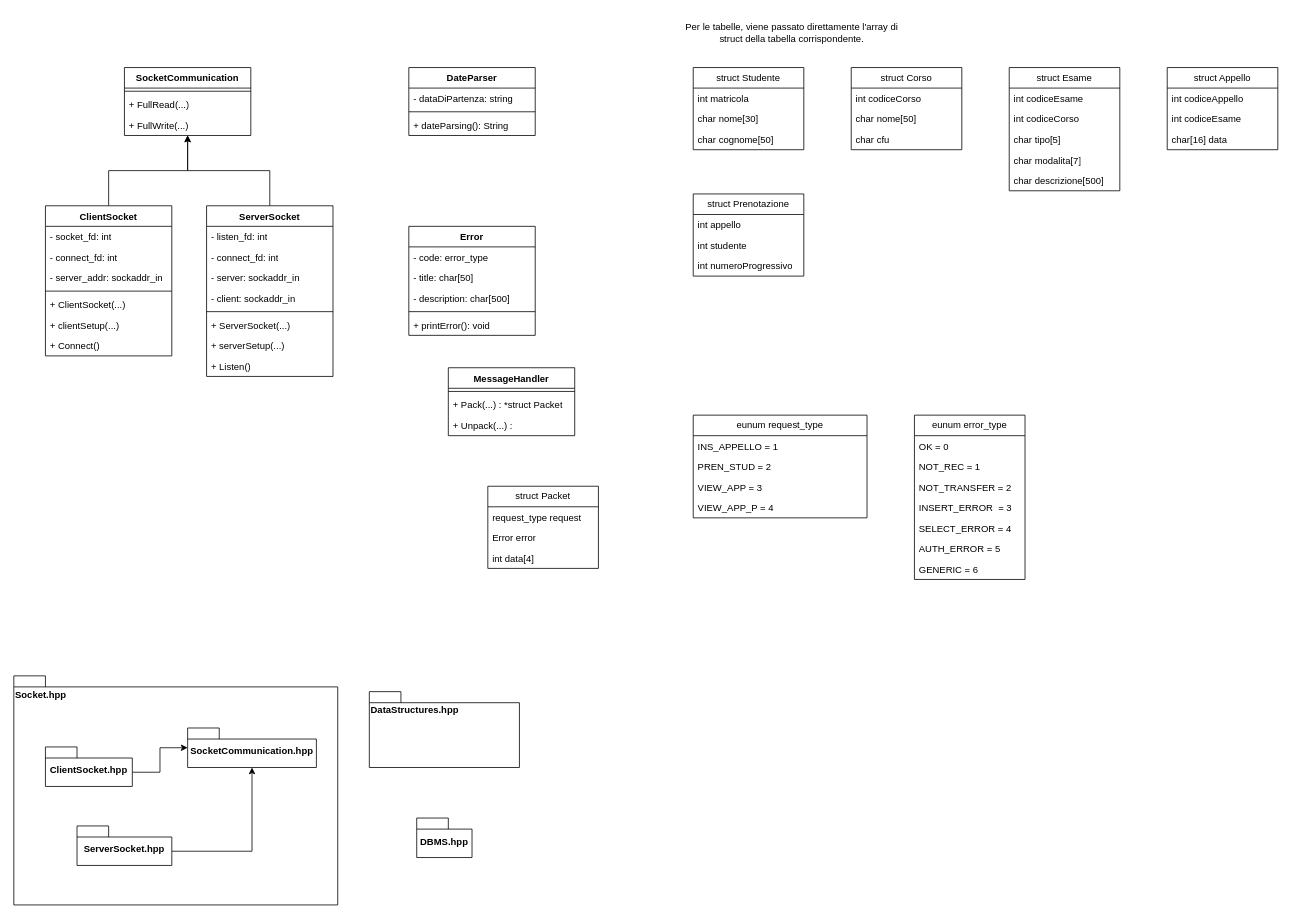
Earlier version of the draw.io diagram documentazione/Classi_Librerie.drawio (NicolaPonticelli001/reti_di_calcolatori_gestionale_uni). Source tidied: cells renumbered, new cells numbered last; positions are measured from the earlier drawing's top-left corner, leaving out a move shared by most shapes. Both pictures are drawn from the tidied source at 79%, with x=0, y=0 at pixel (13, 13).
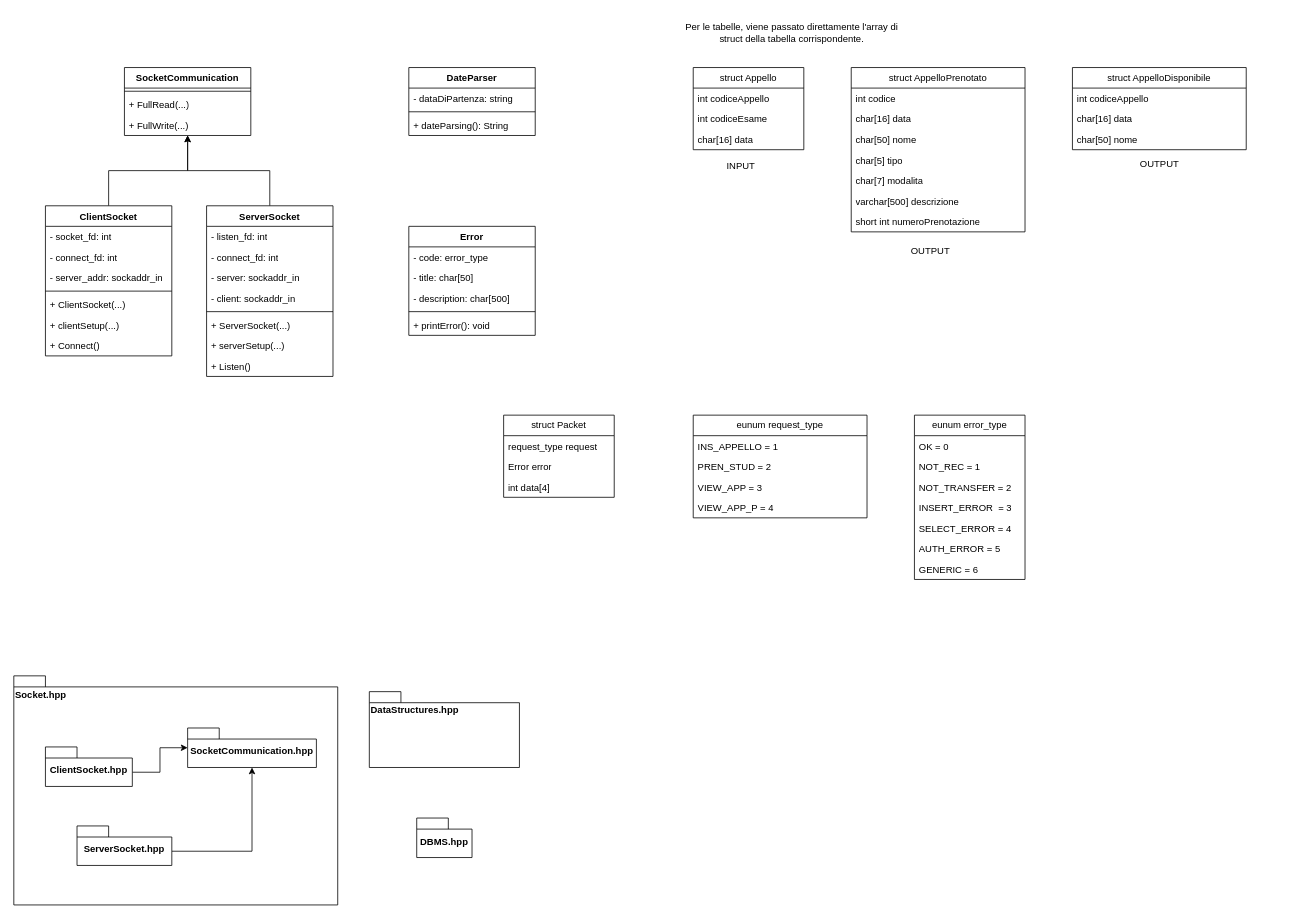
The same diagram, later.

Commit message:
Aggiornamenti minori

The edit, as a diff of the source:
```diff
@@
     <mxCell id="46" value="struct Packet" style="swimlane;fontStyle=0;horizontal=1;startSize=26;fillColor=none;whiteSpace=wrap;html=1;" parent="1" vertex="1">
-      <mxGeometry x="600" y="598" width="140" height="104" as="geometry" />
+      <mxGeometry x="620" y="508" width="140" height="104" as="geometry" />
     </mxCell>
@@
-    <mxCell id="57" value="struct Studente" style="swimlane;fontStyle=0;horizontal=1;startSize=26;fillColor=none;whiteSpace=wrap;html=1;" parent="1" vertex="1">
-      <mxGeometry x="860" y="68" width="140" height="104" as="geometry" />
-    </mxCell>
-    <mxCell id="58" value="int matricola" style="text;strokeColor=none;fillColor=none;align=left;verticalAlign=top;spacingLeft=4;spacingRight=4;overflow=hidden;whiteSpace=wrap;html=1;" parent="57" vertex="1">
-      <mxGeometry y="26" width="140" height="26" as="geometry" />
-    </mxCell>
-    <mxCell id="59" value="char nome[30]" style="text;strokeColor=none;fillColor=none;align=left;verticalAlign=top;spacingLeft=4;spacingRight=4;overflow=hidden;whiteSpace=wrap;html=1;" parent="57" vertex="1">
-      <mxGeometry y="52" width="140" height="26" as="geometry" />
-    </mxCell>
-    <mxCell id="60" value="char cognome[50]" style="text;strokeColor=none;fillColor=none;align=left;verticalAlign=top;spacingLeft=4;spacingRight=4;overflow=hidden;whiteSpace=wrap;html=1;" parent="57" vertex="1">
-      <mxGeometry y="78" width="140" height="26" as="geometry" />
-    </mxCell>
-    <mxCell id="61" value="struct Corso" style="swimlane;fontStyle=0;horizontal=1;startSize=26;fillColor=none;whiteSpace=wrap;html=1;" parent="1" vertex="1">
-      <mxGeometry x="1060" y="68" width="140" height="104" as="geometry" />
-    </mxCell>
-    <mxCell id="62" value="int codiceCorso" style="text;strokeColor=none;fillColor=none;align=left;verticalAlign=top;spacingLeft=4;spacingRight=4;overflow=hidden;whiteSpace=wrap;html=1;" parent="61" vertex="1">
-      <mxGeometry y="26" width="140" height="26" as="geometry" />
-    </mxCell>
-    <mxCell id="63" value="char nome[50]" style="text;strokeColor=none;fillColor=none;align=left;verticalAlign=top;spacingLeft=4;spacingRight=4;overflow=hidden;whiteSpace=wrap;html=1;" parent="61" vertex="1">
-      <mxGeometry y="52" width="140" height="26" as="geometry" />
-    </mxCell>
-    <mxCell id="64" value="char cfu" style="text;strokeColor=none;fillColor=none;align=left;verticalAlign=top;spacingLeft=4;spacingRight=4;overflow=hidden;whiteSpace=wrap;html=1;" parent="61" vertex="1">
-      <mxGeometry y="78" width="140" height="26" as="geometry" />
-    </mxCell>
-    <mxCell id="65" value="struct Esame" style="swimlane;fontStyle=0;horizontal=1;startSize=26;fillColor=none;whiteSpace=wrap;html=1;" parent="1" vertex="1">
-      <mxGeometry x="1260" y="68" width="140" height="156" as="geometry" />
-    </mxCell>
-    <mxCell id="66" value="int codiceEsame" style="text;strokeColor=none;fillColor=none;align=left;verticalAlign=top;spacingLeft=4;spacingRight=4;overflow=hidden;whiteSpace=wrap;html=1;" parent="65" vertex="1">
-      <mxGeometry y="26" width="140" height="26" as="geometry" />
-    </mxCell>
-    <mxCell id="67" value="int codiceCorso" style="text;strokeColor=none;fillColor=none;align=left;verticalAlign=top;spacingLeft=4;spacingRight=4;overflow=hidden;whiteSpace=wrap;html=1;" parent="65" vertex="1">
-      <mxGeometry y="52" width="140" height="26" as="geometry" />
-    </mxCell>
-    <mxCell id="68" value="char tipo[5]" style="text;strokeColor=none;fillColor=none;align=left;verticalAlign=top;spacingLeft=4;spacingRight=4;overflow=hidden;whiteSpace=wrap;html=1;" parent="65" vertex="1">
-      <mxGeometry y="78" width="140" height="26" as="geometry" />
-    </mxCell>
-    <mxCell id="69" value="char modalita[7]" style="text;strokeColor=none;fillColor=none;align=left;verticalAlign=top;spacingLeft=4;spacingRight=4;overflow=hidden;whiteSpace=wrap;html=1;" parent="65" vertex="1">
-      <mxGeometry y="104" width="140" height="26" as="geometry" />
-    </mxCell>
-    <mxCell id="70" value="char descrizione[500]" style="text;strokeColor=none;fillColor=none;align=left;verticalAlign=top;spacingLeft=4;spacingRight=4;overflow=hidden;whiteSpace=wrap;html=1;" parent="65" vertex="1">
-      <mxGeometry y="130" width="140" height="26" as="geometry" />
-    </mxCell>
     <mxCell id="71" value="struct Appello" style="swimlane;fontStyle=0;horizontal=1;startSize=26;fillColor=none;whiteSpace=wrap;html=1;" parent="1" vertex="1">
-      <mxGeometry x="1460" y="68" width="140" height="104" as="geometry" />
+      <mxGeometry x="860" y="68" width="140" height="104" as="geometry" />
     </mxCell>
@@
-    <mxCell id="75" value="struct Prenotazione" style="swimlane;fontStyle=0;horizontal=1;startSize=26;fillColor=none;whiteSpace=wrap;html=1;" parent="1" vertex="1">
-      <mxGeometry x="860" y="228" width="140" height="104" as="geometry" />
-    </mxCell>
-    <mxCell id="76" value="int appello" style="text;strokeColor=none;fillColor=none;align=left;verticalAlign=top;spacingLeft=4;spacingRight=4;overflow=hidden;whiteSpace=wrap;html=1;" parent="75" vertex="1">
-      <mxGeometry y="26" width="140" height="26" as="geometry" />
-    </mxCell>
-    <mxCell id="77" value="int studente" style="text;strokeColor=none;fillColor=none;align=left;verticalAlign=top;spacingLeft=4;spacingRight=4;overflow=hidden;whiteSpace=wrap;html=1;" parent="75" vertex="1">
-      <mxGeometry y="52" width="140" height="26" as="geometry" />
-    </mxCell>
-    <mxCell id="78" value="int numeroProgressivo" style="text;strokeColor=none;fillColor=none;align=left;verticalAlign=top;spacingLeft=4;spacingRight=4;overflow=hidden;whiteSpace=wrap;html=1;" parent="75" vertex="1">
-      <mxGeometry y="78" width="140" height="26" as="geometry" />
-    </mxCell>
@@
-    <mxCell id="83" value="MessageHandler" style="swimlane;fontStyle=1;align=center;verticalAlign=top;horizontal=1;startSize=26;whiteSpace=wrap;html=1;" parent="1" vertex="1">
-      <mxGeometry x="550" y="448" width="160" height="86" as="geometry" />
-    </mxCell>
-    <mxCell id="84" style="line;strokeWidth=1;fillColor=none;align=left;verticalAlign=middle;spacingTop=-1;spacingLeft=3;spacingRight=3;labelPosition=right;strokeColor=inherit;" parent="83" vertex="1">
-      <mxGeometry y="26" width="160" height="8" as="geometry" />
-    </mxCell>
-    <mxCell id="85" value="+ Pack(...) : *struct Packet" style="text;strokeColor=none;fillColor=none;align=left;verticalAlign=top;spacingLeft=4;spacingRight=4;overflow=hidden;whiteSpace=wrap;html=1;" parent="83" vertex="1">
-      <mxGeometry y="34" width="160" height="26" as="geometry" />
-    </mxCell>
-    <mxCell id="86" value="+ Unpack(...) :" style="text;strokeColor=none;fillColor=none;align=left;verticalAlign=top;spacingLeft=4;spacingRight=4;overflow=hidden;whiteSpace=wrap;html=1;" parent="83" vertex="1">
-      <mxGeometry y="60" width="160" height="26" as="geometry" />
-    </mxCell>
+    <mxCell id="87" value="struct AppelloPrenotato" style="swimlane;fontStyle=0;horizontal=1;startSize=26;fillColor=none;whiteSpace=wrap;html=1;" parent="1" vertex="1">
+      <mxGeometry x="1060" y="68" width="220" height="208" as="geometry" />
+    </mxCell>
+    <mxCell id="88" value="int codice" style="text;strokeColor=none;fillColor=none;align=left;verticalAlign=top;spacingLeft=4;spacingRight=4;overflow=hidden;whiteSpace=wrap;html=1;" parent="87" vertex="1">
+      <mxGeometry y="26" width="220" height="26" as="geometry" />
+    </mxCell>
+    <mxCell id="89" value="char[16] data" style="text;strokeColor=none;fillColor=none;align=left;verticalAlign=top;spacingLeft=4;spacingRight=4;overflow=hidden;whiteSpace=wrap;html=1;" parent="87" vertex="1">
+      <mxGeometry y="52" width="220" height="26" as="geometry" />
+    </mxCell>
+    <mxCell id="90" value="char[50] nome" style="text;strokeColor=none;fillColor=none;align=left;verticalAlign=top;spacingLeft=4;spacingRight=4;overflow=hidden;whiteSpace=wrap;html=1;" parent="87" vertex="1">
+      <mxGeometry y="78" width="220" height="26" as="geometry" />
+    </mxCell>
+    <mxCell id="91" value="char[5] tipo" style="text;strokeColor=none;fillColor=none;align=left;verticalAlign=top;spacingLeft=4;spacingRight=4;overflow=hidden;whiteSpace=wrap;html=1;" parent="87" vertex="1">
+      <mxGeometry y="104" width="220" height="26" as="geometry" />
+    </mxCell>
+    <mxCell id="92" value="char[7] modalita" style="text;strokeColor=none;fillColor=none;align=left;verticalAlign=top;spacingLeft=4;spacingRight=4;overflow=hidden;whiteSpace=wrap;html=1;" parent="87" vertex="1">
+      <mxGeometry y="130" width="220" height="26" as="geometry" />
+    </mxCell>
+    <mxCell id="93" value="varchar[500] descrizione" style="text;strokeColor=none;fillColor=none;align=left;verticalAlign=top;spacingLeft=4;spacingRight=4;overflow=hidden;whiteSpace=wrap;html=1;" parent="87" vertex="1">
+      <mxGeometry y="156" width="220" height="26" as="geometry" />
+    </mxCell>
+    <mxCell id="94" value="short int numeroPrenotazione" style="text;strokeColor=none;fillColor=none;align=left;verticalAlign=top;spacingLeft=4;spacingRight=4;overflow=hidden;whiteSpace=wrap;html=1;" parent="87" vertex="1">
+      <mxGeometry y="182" width="220" height="26" as="geometry" />
+    </mxCell>
+    <mxCell id="95" value="struct AppelloDisponibile" style="swimlane;fontStyle=0;horizontal=1;startSize=26;fillColor=none;whiteSpace=wrap;html=1;" parent="1" vertex="1">
+      <mxGeometry x="1340" y="68" width="220" height="104" as="geometry" />
+    </mxCell>
+    <mxCell id="96" value="int codiceAppello" style="text;strokeColor=none;fillColor=none;align=left;verticalAlign=top;spacingLeft=4;spacingRight=4;overflow=hidden;whiteSpace=wrap;html=1;" parent="95" vertex="1">
+      <mxGeometry y="26" width="220" height="26" as="geometry" />
+    </mxCell>
+    <mxCell id="97" value="char[16] data" style="text;strokeColor=none;fillColor=none;align=left;verticalAlign=top;spacingLeft=4;spacingRight=4;overflow=hidden;whiteSpace=wrap;html=1;" parent="95" vertex="1">
+      <mxGeometry y="52" width="220" height="26" as="geometry" />
+    </mxCell>
+    <mxCell id="98" value="char[50] nome" style="text;strokeColor=none;fillColor=none;align=left;verticalAlign=top;spacingLeft=4;spacingRight=4;overflow=hidden;whiteSpace=wrap;html=1;" parent="95" vertex="1">
+      <mxGeometry y="78" width="220" height="26" as="geometry" />
+    </mxCell>
+    <mxCell id="99" value="INPUT" style="text;html=1;align=center;verticalAlign=middle;strokeColor=none;fillColor=none;" parent="1" vertex="1">
+      <mxGeometry x="890" y="178" width="60" height="30" as="geometry" />
+    </mxCell>
+    <mxCell id="100" value="OUTPUT" style="text;html=1;align=center;verticalAlign=middle;strokeColor=none;fillColor=none;" parent="1" vertex="1">
+      <mxGeometry x="1125" y="286" width="70" height="30" as="geometry" />
+    </mxCell>
+    <mxCell id="101" value="OUTPUT" style="text;html=1;align=center;verticalAlign=middle;strokeColor=none;fillColor=none;" parent="1" vertex="1">
+      <mxGeometry x="1415" y="176" width="70" height="30" as="geometry" />
+    </mxCell>
```
